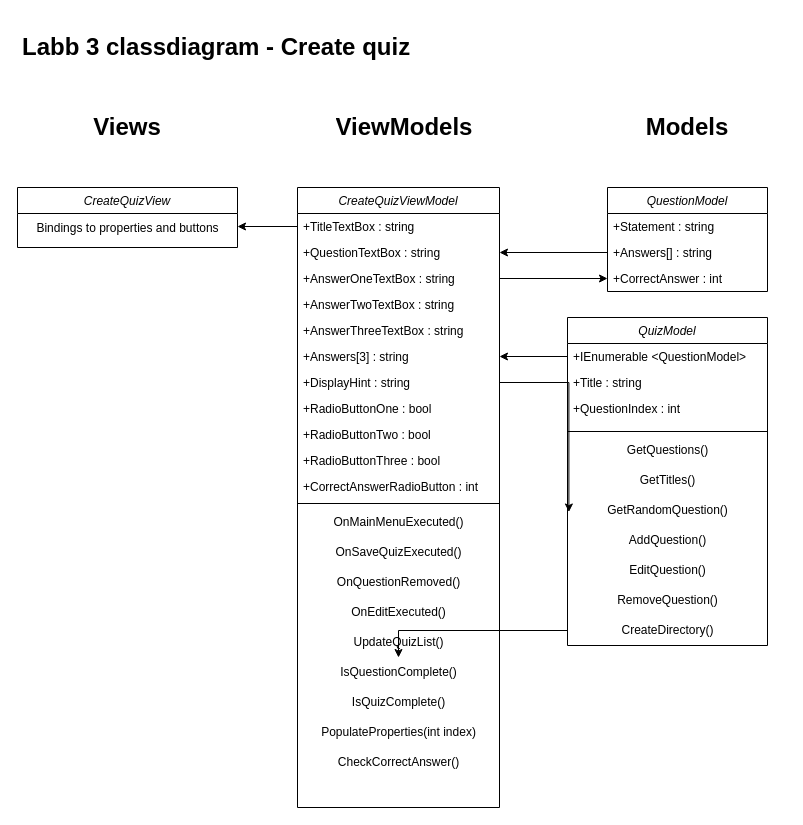
The draw.io diagram Labb3-Ressurrection/Resources/Namnlöst diagram.drawio in MagSandberg/Labb3-Ressurrection, before the edit. Source tidied: cells renumbered, new cells numbered last; positions are measured from the earlier drawing's top-left corner, leaving out a move shared by most shapes. Both pictures are drawn from the tidied source at 100%, with x=0, y=0 at pixel (17, 27).
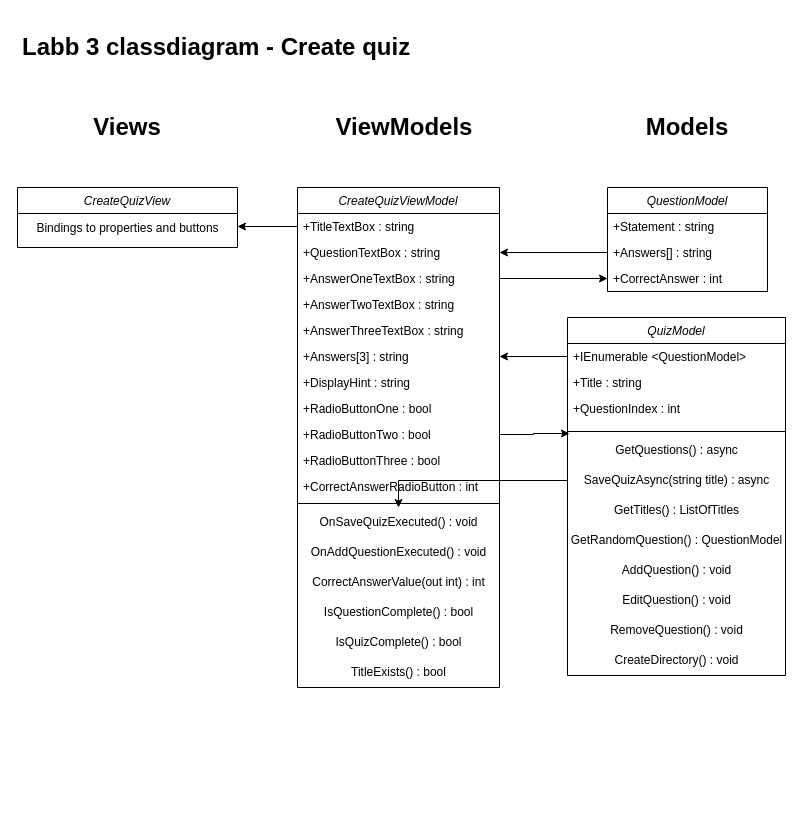
The same diagram, later.

The change refers to these unchanged cells:
```xml
<mxCell id="29" value="+DisplayHint : string" style="text;align=left;verticalAlign=top;spacingLeft=4;spacingRight=4;overflow=hidden;points=[[0,0.5],[1,0.5]];portConstraint=eastwest;rounded=0;shadow=0;html=0;" parent="22" vertex="1">
  <mxGeometry y="182" width="202" height="26" as="geometry" />
</mxCell>
<mxCell id="31" value="+RadioButtonTwo : bool" style="text;align=left;verticalAlign=top;spacingLeft=4;spacingRight=4;overflow=hidden;points=[[0,0.5],[1,0.5]];portConstraint=eastwest;rounded=0;shadow=0;html=0;" parent="22" vertex="1">
  <mxGeometry y="234" width="202" height="26" as="geometry" />
</mxCell>
```

Change to the diagram source:
```diff
@@
     <mxCell id="10" value="QuizModel" style="swimlane;fontStyle=2;align=center;verticalAlign=top;horizontal=1;startSize=26;rounded=0;shadow=0;strokeWidth=1;" parent="1" vertex="1">
-      <mxGeometry x="550" y="290" width="200" height="328" as="geometry" />
+      <mxGeometry x="550" y="290" width="218" height="358" as="geometry" />
     </mxCell>
     <mxCell id="11" value="+IEnumerable &lt;QuestionModel&gt;" style="text;align=left;verticalAlign=top;spacingLeft=4;spacingRight=4;overflow=hidden;points=[[0,0.5],[1,0.5]];portConstraint=eastwest;" parent="10" vertex="1">
-      <mxGeometry y="26" width="200" height="26" as="geometry" />
+      <mxGeometry y="26" width="218" height="26" as="geometry" />
     </mxCell>
     <mxCell id="12" value="+Title : string" style="text;align=left;verticalAlign=top;spacingLeft=4;spacingRight=4;overflow=hidden;rounded=0;shadow=0;html=0;" parent="10" vertex="1">
-      <mxGeometry y="52" width="200" height="26" as="geometry" />
+      <mxGeometry y="52" width="218" height="26" as="geometry" />
     </mxCell>
     <mxCell id="13" value="+QuestionIndex : int" style="text;align=left;verticalAlign=top;spacingLeft=4;spacingRight=4;overflow=hidden;rounded=0;shadow=0;html=0;" parent="10" vertex="1">
-      <mxGeometry y="78" width="200" height="32" as="geometry" />
+      <mxGeometry y="78" width="218" height="32" as="geometry" />
     </mxCell>
     <mxCell id="14" style="line;strokeWidth=1;fillColor=none;align=left;verticalAlign=middle;spacingTop=-1;spacingLeft=3;spacingRight=3;labelPosition=right;points=[];portConstraint=eastwest;strokeColor=inherit;" parent="10" vertex="1">
-      <mxGeometry y="110" width="200" height="8" as="geometry" />
+      <mxGeometry y="110" width="218" height="8" as="geometry" />
     </mxCell>
-    <mxCell id="15" value="GetQuestions()" style="text;html=1;align=center;verticalAlign=middle;strokeColor=none;fillColor=none;" parent="10" vertex="1">
-      <mxGeometry y="118" width="200" height="30" as="geometry" />
+    <mxCell id="15" value="GetQuestions() : async" style="text;html=1;align=center;verticalAlign=middle;strokeColor=none;fillColor=none;" parent="10" vertex="1">
+      <mxGeometry y="118" width="218" height="30" as="geometry" />
     </mxCell>
+    <mxCell id="52" value="SaveQuizAsync(string title) : async" style="text;html=1;align=center;verticalAlign=middle;points=[];strokeColor=none;fillColor=none;" parent="10" vertex="1">
+      <mxGeometry y="148" width="218" height="30" as="geometry" />
+    </mxCell>
-    <mxCell id="16" value="GetTitles()" style="text;html=1;align=center;verticalAlign=middle;strokeColor=none;fillColor=none;" parent="10" vertex="1">
-      <mxGeometry y="148" width="200" height="30" as="geometry" />
+    <mxCell id="16" value="GetTitles() : ListOfTitles" style="text;html=1;align=center;verticalAlign=middle;strokeColor=none;fillColor=none;" parent="10" vertex="1">
+      <mxGeometry y="178" width="218" height="30" as="geometry" />
     </mxCell>
-    <mxCell id="17" value="GetRandomQuestion()" style="text;html=1;align=center;verticalAlign=middle;points=[];strokeColor=none;fillColor=none;" parent="10" vertex="1">
-      <mxGeometry y="178" width="200" height="30" as="geometry" />
+    <mxCell id="17" value="GetRandomQuestion() : QuestionModel" style="text;html=1;align=center;verticalAlign=middle;points=[];strokeColor=none;fillColor=none;" parent="10" vertex="1">
+      <mxGeometry y="208" width="218" height="30" as="geometry" />
     </mxCell>
-    <mxCell id="18" value="AddQuestion()" style="text;html=1;align=center;verticalAlign=middle;strokeColor=none;fillColor=none;" parent="10" vertex="1">
-      <mxGeometry y="208" width="200" height="30" as="geometry" />
+    <mxCell id="18" value="AddQuestion() : void" style="text;html=1;align=center;verticalAlign=middle;strokeColor=none;fillColor=none;" parent="10" vertex="1">
+      <mxGeometry y="238" width="218" height="30" as="geometry" />
     </mxCell>
-    <mxCell id="19" value="EditQuestion()" style="text;html=1;align=center;verticalAlign=middle;strokeColor=none;fillColor=none;" parent="10" vertex="1">
-      <mxGeometry y="238" width="200" height="30" as="geometry" />
+    <mxCell id="19" value="EditQuestion()&amp;nbsp;: void" style="text;html=1;align=center;verticalAlign=middle;strokeColor=none;fillColor=none;" parent="10" vertex="1">
+      <mxGeometry y="268" width="218" height="30" as="geometry" />
     </mxCell>
-    <mxCell id="20" value="RemoveQuestion()" style="text;html=1;align=center;verticalAlign=middle;strokeColor=none;fillColor=none;" parent="10" vertex="1">
-      <mxGeometry y="268" width="200" height="30" as="geometry" />
+    <mxCell id="20" value="RemoveQuestion()&amp;nbsp;: void" style="text;html=1;align=center;verticalAlign=middle;strokeColor=none;fillColor=none;" parent="10" vertex="1">
+      <mxGeometry y="298" width="218" height="30" as="geometry" />
     </mxCell>
-    <mxCell id="21" value="CreateDirectory()" style="text;html=1;align=center;verticalAlign=middle;points=[];strokeColor=none;fillColor=none;" parent="10" vertex="1">
-      <mxGeometry y="298" width="200" height="30" as="geometry" />
+    <mxCell id="21" value="CreateDirectory()&amp;nbsp;: void" style="text;html=1;align=center;verticalAlign=middle;points=[];strokeColor=none;fillColor=none;" parent="10" vertex="1">
+      <mxGeometry y="328" width="218" height="30" as="geometry" />
     </mxCell>
     <mxCell id="22" value="CreateQuizViewModel" style="swimlane;fontStyle=2;align=center;verticalAlign=top;horizontal=1;startSize=26;rounded=0;shadow=0;strokeWidth=1;" parent="1" vertex="1">
-      <mxGeometry x="280" y="160" width="202" height="620" as="geometry" />
+      <mxGeometry x="280" y="160" width="202" height="500" as="geometry" />
     </mxCell>
@@
-    <mxCell id="35" value="OnMainMenuExecuted()" style="text;html=1;align=center;verticalAlign=middle;strokeColor=none;fillColor=none;" parent="22" vertex="1">
-      <mxGeometry y="320" width="202" height="30" as="geometry" />
-    </mxCell>
-    <mxCell id="36" value="OnSaveQuizExecuted()" style="text;html=1;align=center;verticalAlign=middle;points=[];strokeColor=none;fillColor=none;" parent="22" vertex="1">
-      <mxGeometry y="350" width="202" height="30" as="geometry" />
+    <mxCell id="36" value="OnSaveQuizExecuted() : void" style="text;html=1;align=center;verticalAlign=middle;points=[];strokeColor=none;fillColor=none;" parent="22" vertex="1">
+      <mxGeometry y="320" width="202" height="30" as="geometry" />
     </mxCell>
-    <mxCell id="37" value="OnQuestionRemoved()" style="text;html=1;align=center;verticalAlign=middle;strokeColor=none;fillColor=none;" parent="22" vertex="1">
-      <mxGeometry y="380" width="202" height="30" as="geometry" />
+    <mxCell id="37" value="OnAddQuestionExecuted() : void" style="text;html=1;align=center;verticalAlign=middle;strokeColor=none;fillColor=none;" parent="22" vertex="1">
+      <mxGeometry y="350" width="202" height="30" as="geometry" />
     </mxCell>
-    <mxCell id="38" value="OnEditExecuted()" style="text;html=1;align=center;verticalAlign=middle;strokeColor=none;fillColor=none;" parent="22" vertex="1">
-      <mxGeometry y="410" width="202" height="30" as="geometry" />
-    </mxCell>
-    <mxCell id="39" value="UpdateQuizList()" style="text;html=1;align=center;verticalAlign=middle;strokeColor=none;fillColor=none;" parent="22" vertex="1">
-      <mxGeometry y="440" width="202" height="30" as="geometry" />
-    </mxCell>
-    <mxCell id="40" value="IsQuestionComplete()" style="text;html=1;align=center;verticalAlign=middle;points=[];strokeColor=none;fillColor=none;" parent="22" vertex="1">
-      <mxGeometry y="470" width="202" height="30" as="geometry" />
-    </mxCell>
-    <mxCell id="41" value="IsQuizComplete()" style="text;html=1;align=center;verticalAlign=middle;strokeColor=none;fillColor=none;" parent="22" vertex="1">
-      <mxGeometry y="500" width="202" height="30" as="geometry" />
-    </mxCell>
-    <mxCell id="42" value="PopulateProperties(int index)" style="text;html=1;align=center;verticalAlign=middle;strokeColor=none;fillColor=none;" parent="22" vertex="1">
-      <mxGeometry y="530" width="202" height="30" as="geometry" />
-    </mxCell>
-    <mxCell id="43" value="CheckCorrectAnswer()" style="text;html=1;align=center;verticalAlign=middle;strokeColor=none;fillColor=none;" parent="22" vertex="1">
-      <mxGeometry y="560" width="202" height="30" as="geometry" />
-    </mxCell>
+    <mxCell id="53" value="CorrectAnswerValue(out int) : int" style="text;html=1;align=center;verticalAlign=middle;strokeColor=none;fillColor=none;" parent="22" vertex="1">
+      <mxGeometry y="380" width="202" height="30" as="geometry" />
+    </mxCell>
+    <mxCell id="54" value="IsQuestionComplete() : bool" style="text;html=1;align=center;verticalAlign=middle;strokeColor=none;fillColor=none;" parent="22" vertex="1">
+      <mxGeometry y="410" width="202" height="30" as="geometry" />
+    </mxCell>
+    <mxCell id="55" value="IsQuizComplete() : bool" style="text;html=1;align=center;verticalAlign=middle;strokeColor=none;fillColor=none;" parent="22" vertex="1">
+      <mxGeometry y="440" width="202" height="30" as="geometry" />
+    </mxCell>
+    <mxCell id="56" value="TitleExists() : bool" style="text;html=1;align=center;verticalAlign=middle;strokeColor=none;fillColor=none;" parent="22" vertex="1">
+      <mxGeometry y="470" width="202" height="30" as="geometry" />
+    </mxCell>
@@
-    <mxCell id="50" style="edgeStyle=orthogonalEdgeStyle;rounded=0;jettySize=auto;html=1;entryX=0.007;entryY=0.55;entryDx=0;entryDy=0;entryPerimeter=0;" parent="1" edge="1" source="29" target="17">
-      <mxGeometry relative="1" as="geometry" />
-    </mxCell>
-    <mxCell id="51" style="edgeStyle=orthogonalEdgeStyle;rounded=0;jettySize=auto;html=1;" parent="1" edge="1" source="21" target="40">
-      <mxGeometry relative="1" as="geometry" />
-    </mxCell>
+    <mxCell id="57" style="edgeStyle=orthogonalEdgeStyle;rounded=0;jettySize=auto;html=1;entryX=0.009;entryY=0.75;entryDx=0;entryDy=0;entryPerimeter=0;" parent="1" edge="1" source="31" target="14">
+      <mxGeometry relative="1" as="geometry" />
+    </mxCell>
+    <mxCell id="58" style="edgeStyle=orthogonalEdgeStyle;rounded=0;jettySize=auto;html=1;" parent="1" edge="1" source="52" target="36">
+      <mxGeometry relative="1" as="geometry" />
+    </mxCell>
```
